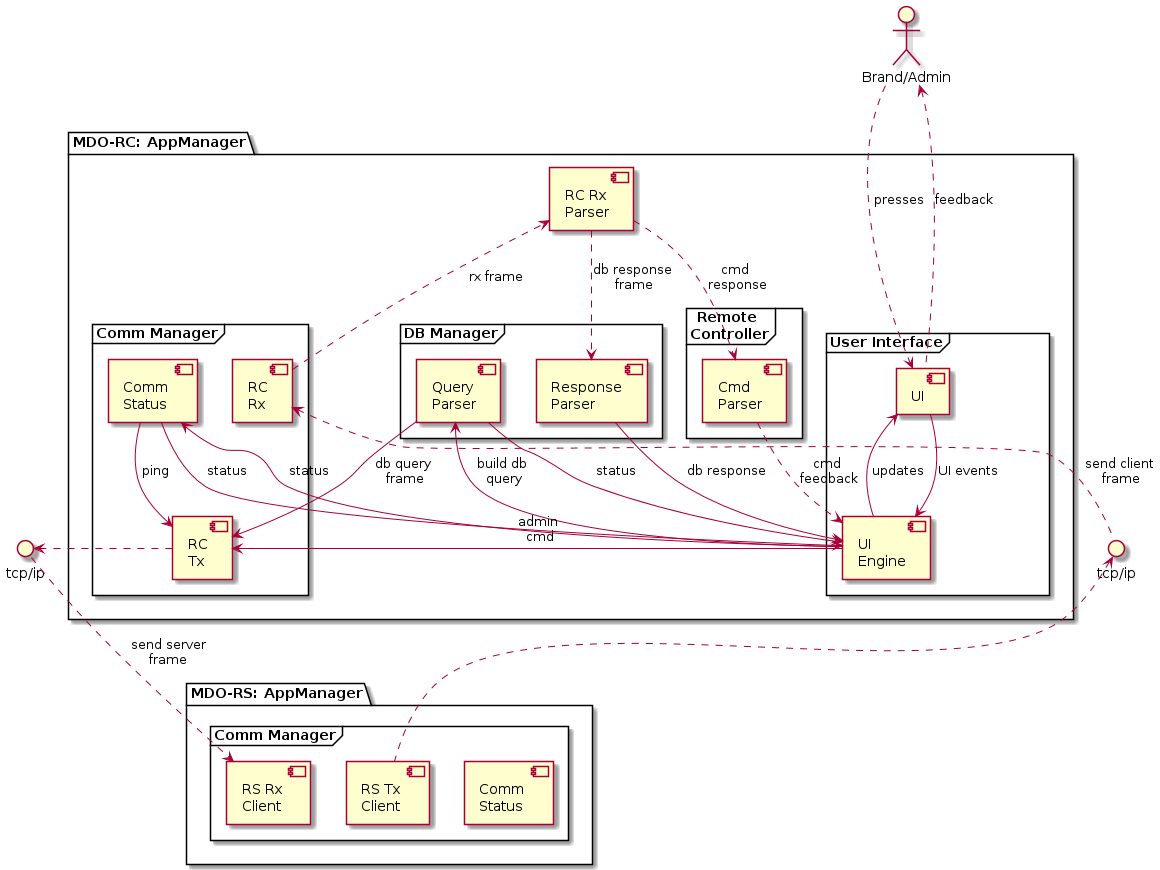
The PlantUML diagram Proj/diags/plantuml/component-diag/output/component-diag-rc.png in ElectroQuanta/MDO, before a commit. The source it was exported from:
```plantuml
@startuml
skinparam fixCircleLabelOverlapping true
actor "Brand/Admin" as User

package "MDO-RC: AppManager" {
  frame "User Interface"{
  [UI] as UI
  [UI \nEngine] as UIE
  }
  frame "DB Manager" as DBM{
  [Query\nParser] as QP
  [Response\nParser] as RP
  }
  frame "Comm Manager" as CM{
  [Comm \nStatus] as RCS
  [RC\nTx] as RCT
  [RC\nRx] as RCR
  }
  [RC Rx\nParser] as RCRP
  frame "Remote \nController" as REMCTL{
  [Cmd \nParser] as RCCP
  }
}

[User] .d..> [UI]: presses
[UI] .u..> [User]: feedback
[UI] --> [UIE]: UI events
[UIE] --> [UI]: updates
[UIE] --> [QP]: build db \nquery
[UIE] --> [RCT]: admin\n cmd
[UIE] --> [RCS]: status
[RCS] --> [UIE]: status
[RCS] --> [RCT]: ping
[QP] --> [UIE]: status
[QP] --> [RCT]: db query \nframe
[RCR] ..> [RCRP]: rx frame
[RCRP] ..> [RP]: db response \nframe
[RCRP] ..> [RCCP]: cmd \nresponse
[RCCP] ..> [UIE]: cmd \nfeedback
[RP] --> [UIE]: db response

package "MDO-RS: AppManager"{
  frame "Comm Manager" as CMS{
  [Comm \nStatus] as RSS
  [RS Tx \nClient] as RSTC
  [RS Rx \nClient] as RSRC
  }
}
() "tcp/ip" as sockRC_RS
() "tcp/ip" as sockRS_RC

[RCT] .r.> sockRC_RS
sockRC_RS .d.> [RSRC]: send server\nframe
[RSTC] .u.> sockRS_RC
sockRS_RC .l.> [RCR]: send client\n frame

@enduml
```
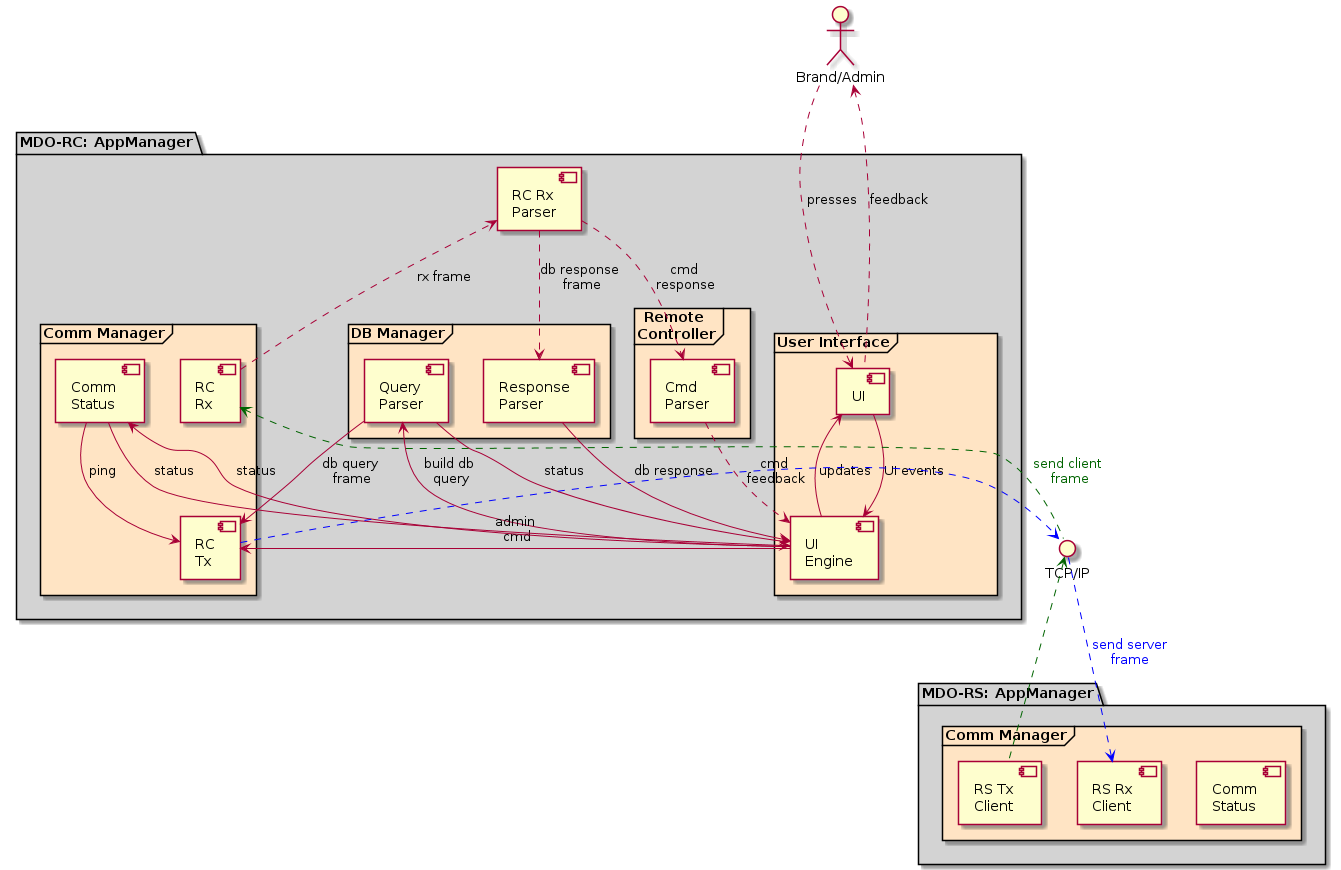
Later version of the same file.

Commit message:
UPDT: DESIGN: SW-spec: component & deploy diags

The edit, as a diff of the source:
```diff
@@ -2,22 +2,22 @@
 skinparam fixCircleLabelOverlapping true
 actor "Brand/Admin" as User
 
-package "MDO-RC: AppManager" {
-  frame "User Interface"{
+package "MDO-RC: AppManager" #lightgrey{
+  frame "User Interface" #bisque{
   [UI] as UI
   [UI \nEngine] as UIE
   }
-  frame "DB Manager" as DBM{
+  frame "DB Manager" as DBM #bisque{
   [Query\nParser] as QP
   [Response\nParser] as RP
   }
-  frame "Comm Manager" as CM{
+  frame "Comm Manager" as CM #bisque{
   [Comm \nStatus] as RCS
   [RC\nTx] as RCT
   [RC\nRx] as RCR
   }
   [RC Rx\nParser] as RCRP
-  frame "Remote \nController" as REMCTL{
+  frame "Remote \nController" as REMCTL #bisque{
   [Cmd \nParser] as RCCP
   }
 }
@@ -39,19 +39,18 @@
 [RCCP] ..> [UIE]: cmd \nfeedback
 [RP] --> [UIE]: db response
 
-package "MDO-RS: AppManager"{
-  frame "Comm Manager" as CMS{
+package "MDO-RS: AppManager" #lightgrey{
+  frame "Comm Manager" as CMS #bisque{
   [Comm \nStatus] as RSS
   [RS Tx \nClient] as RSTC
   [RS Rx \nClient] as RSRC
   }
 }
-() "tcp/ip" as sockRC_RS
-() "tcp/ip" as sockRS_RC
+() "TCP/IP" as sockRC_RS
 
-[RCT] .r.> sockRC_RS
-sockRC_RS .d.> [RSRC]: send server\nframe
-[RSTC] .u.> sockRS_RC
-sockRS_RC .l.> [RCR]: send client\n frame
+[RCT] .r.> sockRC_RS #blue
+sockRC_RS .d.> [RSRC] #blue: <color:blue>send server\n<color:blue>frame
+[RSTC] .u.> sockRC_RS #darkgreen
+sockRC_RS .l.> [RCR] #darkgreen: <color:darkgreen>send client\n <color:darkgreen>frame
 
 @enduml
```
